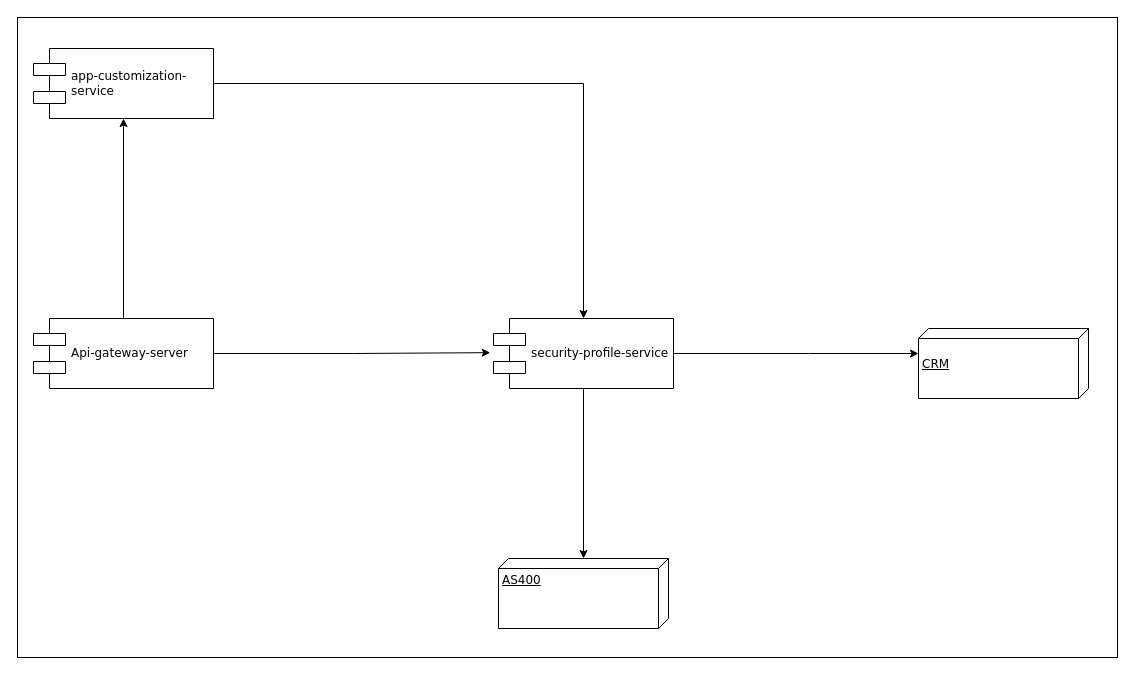
This is Untitled Diagram.drawio from StevenGpByte/ActualizacionDatos, a draw.io file, before an edit. Source tidied: cells renumbered, new cells numbered last; positions are measured from the earlier drawing's top-left corner, leaving out a move shared by most shapes. Both pictures are drawn from the tidied source at 100%, with x=0, y=0 at pixel (17, 17).
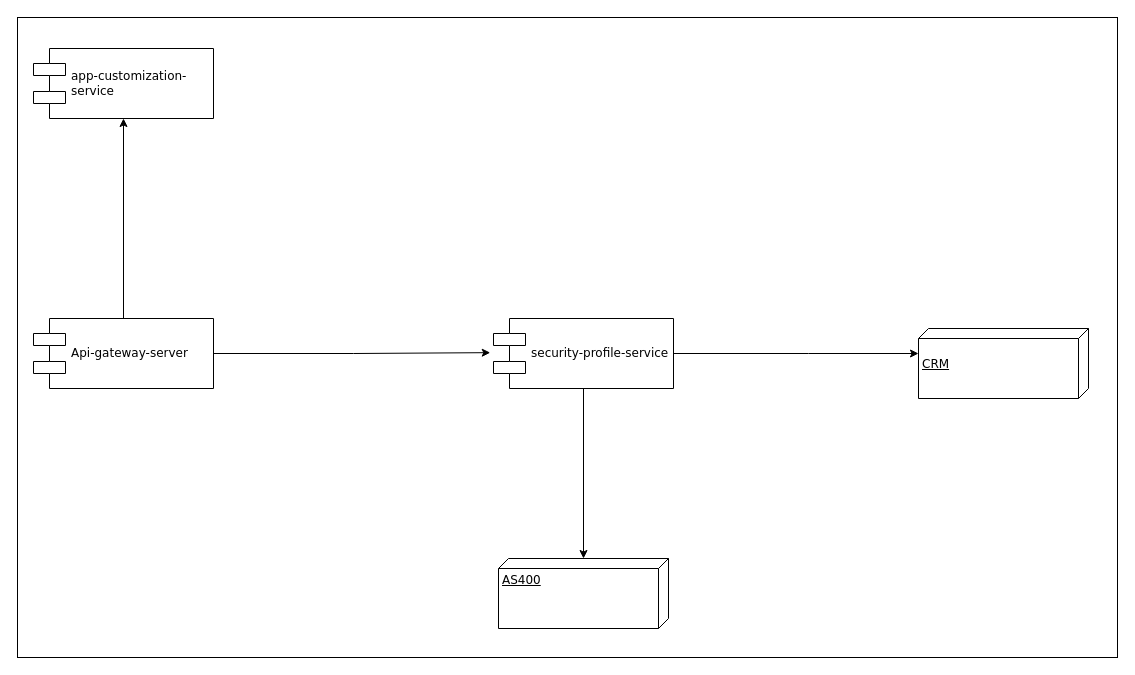
After the change.

The edit, as a diff of the source:
```diff
@@
 <mxGraphModel>
   <root>
     <mxCell id="0" />
     <mxCell id="1" parent="0" />
     <mxCell id="2" style="rounded=0;whiteSpace=wrap;html=1;" parent="1" vertex="1">
       <mxGeometry width="1100" height="640" as="geometry" />
     </mxCell>
     <mxCell id="3" style="edgeStyle=orthogonalEdgeStyle;rounded=0;jettySize=auto;html=1;" parent="1" edge="1" source="4" target="11">
       <mxGeometry relative="1" as="geometry" />
     </mxCell>
     <mxCell id="4" value="Api-gateway-server" style="shape=component;align=left;spacingLeft=36;rounded=0;shadow=0;comic=0;labelBackgroundColor=none;strokeWidth=1;fontFamily=Verdana;fontSize=12;html=1;" parent="1" vertex="1">
       <mxGeometry x="16" y="301" width="180" height="70" as="geometry" />
     </mxCell>
     <mxCell id="5" style="edgeStyle=orthogonalEdgeStyle;rounded=0;jettySize=auto;html=1;" parent="1" edge="1" source="7" target="12">
       <mxGeometry relative="1" as="geometry">
         <Array as="points">
           <mxPoint x="791" y="336" />
           <mxPoint x="791" y="336" />
         </Array>
       </mxGeometry>
     </mxCell>
     <mxCell id="6" style="edgeStyle=orthogonalEdgeStyle;rounded=0;jettySize=auto;html=1;" parent="1" edge="1" source="7" target="9">
       <mxGeometry relative="1" as="geometry" />
     </mxCell>
     <mxCell id="7" value="security-profile-service" style="shape=component;align=left;spacingLeft=36;rounded=0;shadow=0;comic=0;labelBackgroundColor=none;strokeWidth=1;fontFamily=Verdana;fontSize=12;html=1;" parent="1" vertex="1">
       <mxGeometry x="476" y="301" width="180" height="70" as="geometry" />
     </mxCell>
     <mxCell id="8" style="edgeStyle=orthogonalEdgeStyle;rounded=0;jettySize=auto;html=1;entryX=-0.018;entryY=0.488;entryDx=0;entryDy=0;entryPerimeter=0;" parent="1" edge="1" source="4" target="7">
       <mxGeometry relative="1" as="geometry" />
     </mxCell>
     <mxCell id="9" value="AS400" style="verticalAlign=top;align=left;spacingTop=8;spacingLeft=2;spacingRight=12;shape=cube;size=10;direction=south;fontStyle=4;html=1;rounded=0;shadow=0;comic=0;labelBackgroundColor=none;strokeWidth=1;fontFamily=Verdana;fontSize=12;" parent="1" vertex="1">
       <mxGeometry x="481" y="541" width="170" height="70" as="geometry" />
     </mxCell>
-    <mxCell id="10" style="edgeStyle=orthogonalEdgeStyle;rounded=0;jettySize=auto;html=1;" parent="1" edge="1" source="11" target="7">
-      <mxGeometry relative="1" as="geometry">
-        <Array as="points">
-          <mxPoint x="566" y="66" />
-        </Array>
-      </mxGeometry>
-    </mxCell>
     <mxCell id="11" value="app-customization-&lt;br&gt;service" style="shape=component;align=left;spacingLeft=36;rounded=0;shadow=0;comic=0;labelBackgroundColor=none;strokeWidth=1;fontFamily=Verdana;fontSize=12;html=1;" parent="1" vertex="1">
       <mxGeometry x="16" y="31" width="180" height="70" as="geometry" />
     </mxCell>
     <mxCell id="12" value="&lt;br&gt;CRM" style="verticalAlign=top;align=left;spacingTop=8;spacingLeft=2;spacingRight=12;shape=cube;size=10;direction=south;fontStyle=4;html=1;rounded=0;shadow=0;comic=0;labelBackgroundColor=none;strokeWidth=1;fontFamily=Verdana;fontSize=12;" parent="1" vertex="1">
       <mxGeometry x="901" y="311" width="170" height="70" as="geometry" />
     </mxCell>
   </root>
 </mxGraphModel>
```
